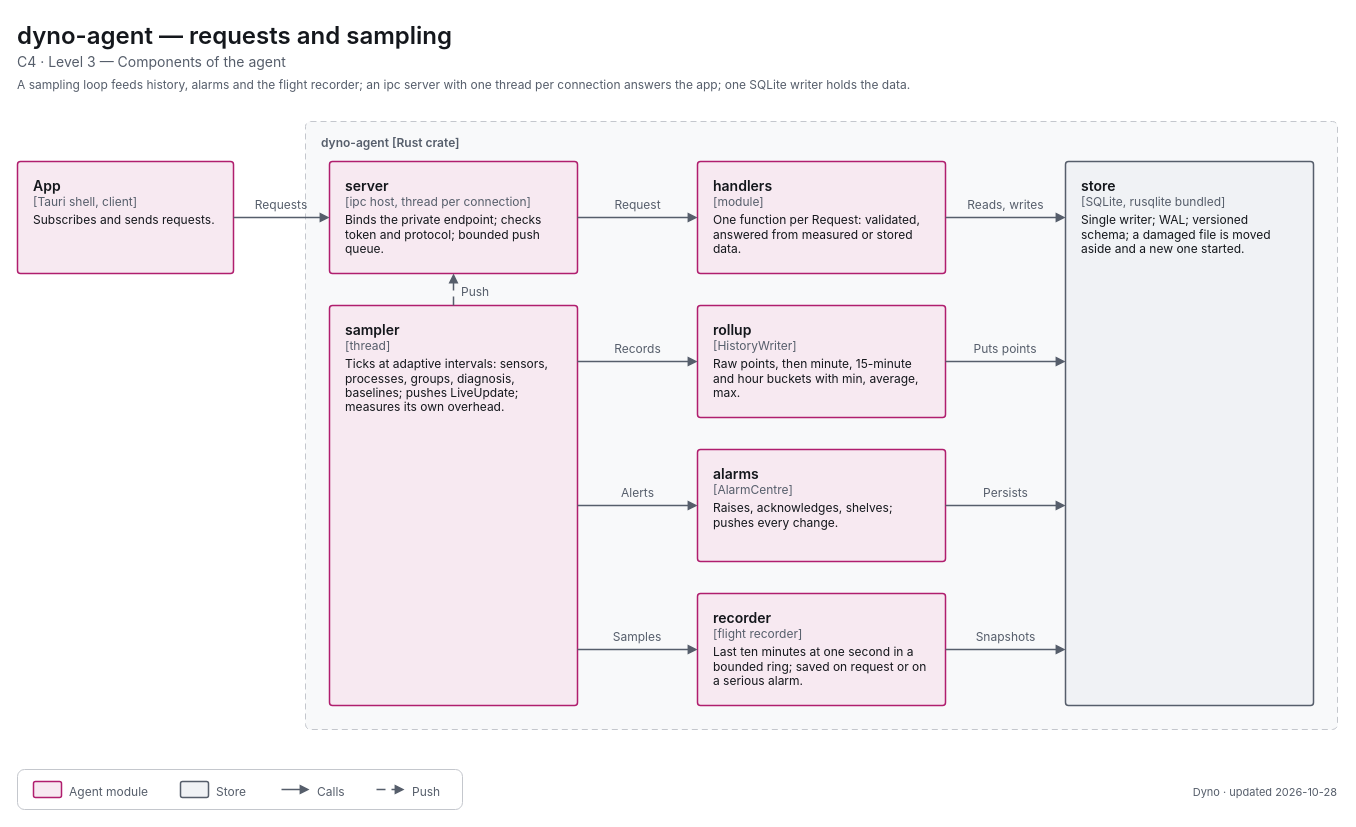
Above: apps/dyno/diagrams/c4-3-components-agent.drawio in decryp7/paddock (draw.io), before the change. Source tidied: cells renumbered, new cells numbered last; positions are measured from the earlier drawing's top-left corner, leaving out a move shared by most shapes. Both pictures are drawn from the tidied source at 100%, with x=0, y=0 at pixel (17, 17).
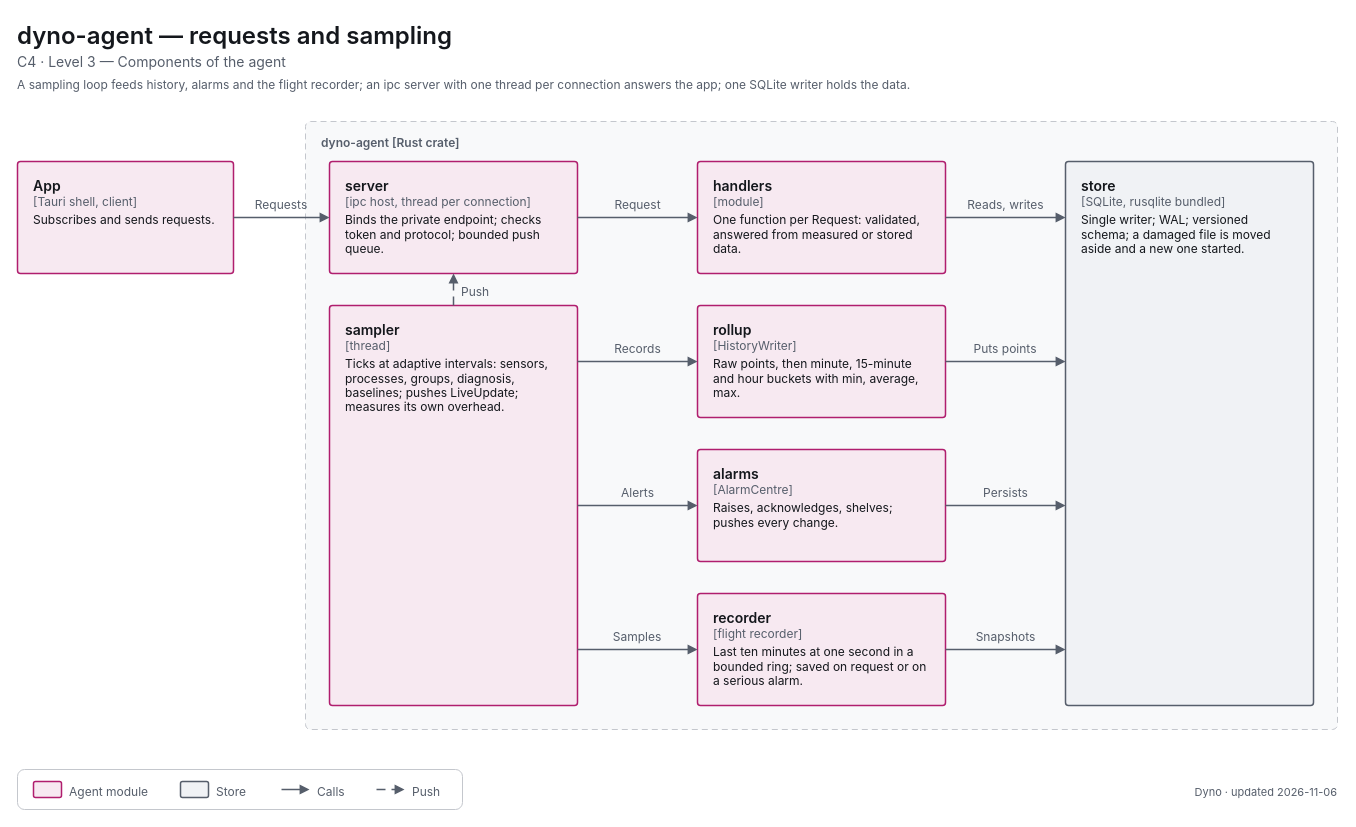
After the change.

What changed in the source:
```diff
@@
-    <mxCell id="43" value="&lt;span style=&quot;font-size:11px;font-weight:400&quot;&gt;Dyno · updated 2026-10-28&lt;/span&gt;" style="html=1;whiteSpace=wrap;fontFamily=-apple-system,BlinkMacSystemFont,Segoe UI,system-ui,sans-serif;fontSize=12;fontColor=light-dark(#14171C,#ECEEF1);text;strokeColor=none;fillColor=none;align=right;verticalAlign=top;spacing=0;fontColor=light-dark(#565E6B,#A0A7B2);" parent="1" vertex="1">
+    <mxCell id="43" value="&lt;span style=&quot;font-size:11px;font-weight:400&quot;&gt;Dyno · updated 2026-11-06&lt;/span&gt;" style="html=1;whiteSpace=wrap;fontFamily=-apple-system,BlinkMacSystemFont,Segoe UI,system-ui,sans-serif;fontSize=12;fontColor=light-dark(#14171C,#ECEEF1);text;strokeColor=none;fillColor=none;align=right;verticalAlign=top;spacing=0;fontColor=light-dark(#565E6B,#A0A7B2);" parent="1" vertex="1">
       <mxGeometry x="960" y="763" width="360" height="18" as="geometry" />
     </mxCell>
```
